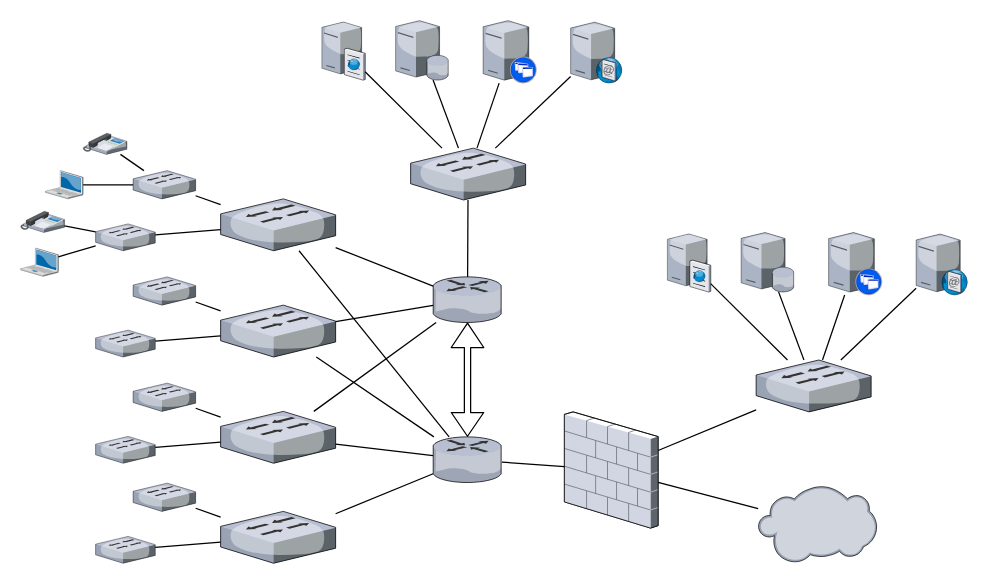
Earlier version of the draw.io diagram Untitled Diagram.drawio (RogerQianPeng/Roger-s). Source tidied: cells renumbered, new cells numbered last; positions are measured from the earlier drawing's top-left corner, leaving out a move shared by most shapes. Both pictures are drawn from the tidied source at 125%, with x=0, y=0 at pixel (20, 20).
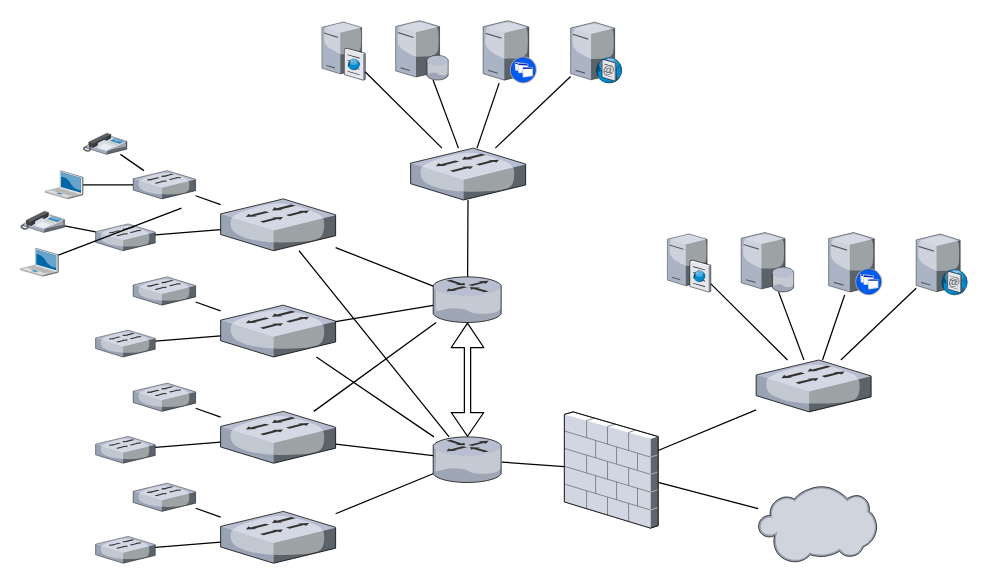
The same diagram, later.

Unchanged cells that the change refers to:
```xml
<mxCell id="4" style="verticalLabelPosition=bottom;html=1;verticalAlign=top;strokeColor=none;align=center;outlineConnect=0;shape=mxgraph.citrix.switch;" parent="1" vertex="1">
  <mxGeometry x="60" y="162.6" width="47.7" height="21.5" as="geometry" />
</mxCell>
<mxCell id="59" style="verticalLabelPosition=bottom;html=1;verticalAlign=top;strokeColor=none;align=center;outlineConnect=0;shape=mxgraph.citrix.laptop_2;" parent="1" vertex="1">
  <mxGeometry y="182" width="30.2" height="22.6" as="geometry" />
</mxCell>
```

Change to the diagram source:
```diff
@@
-    <mxCell id="63" style="endArrow=none;html=1;" parent="1" edge="1" source="4" target="59">
-      <mxGeometry relative="1" as="geometry" />
+    <mxCell id="63" style="endArrow=none;html=1;" parent="1" edge="1" target="59">
+      <mxGeometry relative="1" as="geometry">
+        <mxPoint x="128.7" y="150" as="sourcePoint" />
+      </mxGeometry>
     </mxCell>
```
